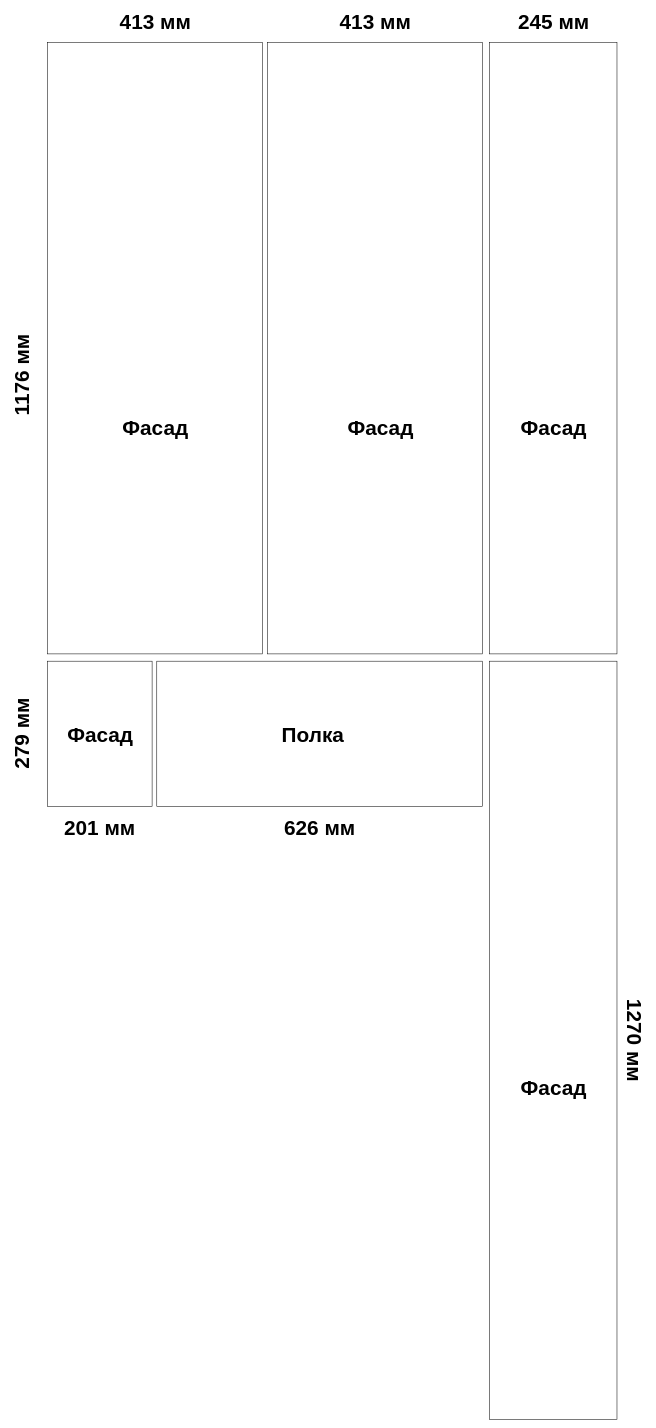
Earlier version of the draw.io diagram Untitled Diagram.drawio (NeoSimvolist/astana.test). Source tidied: cells renumbered, new cells numbered last; positions are measured from the earlier drawing's top-left corner, leaving out a move shared by most shapes. Both pictures are drawn from the tidied source at 52%, with x=0, y=0 at pixel (-5, 11).
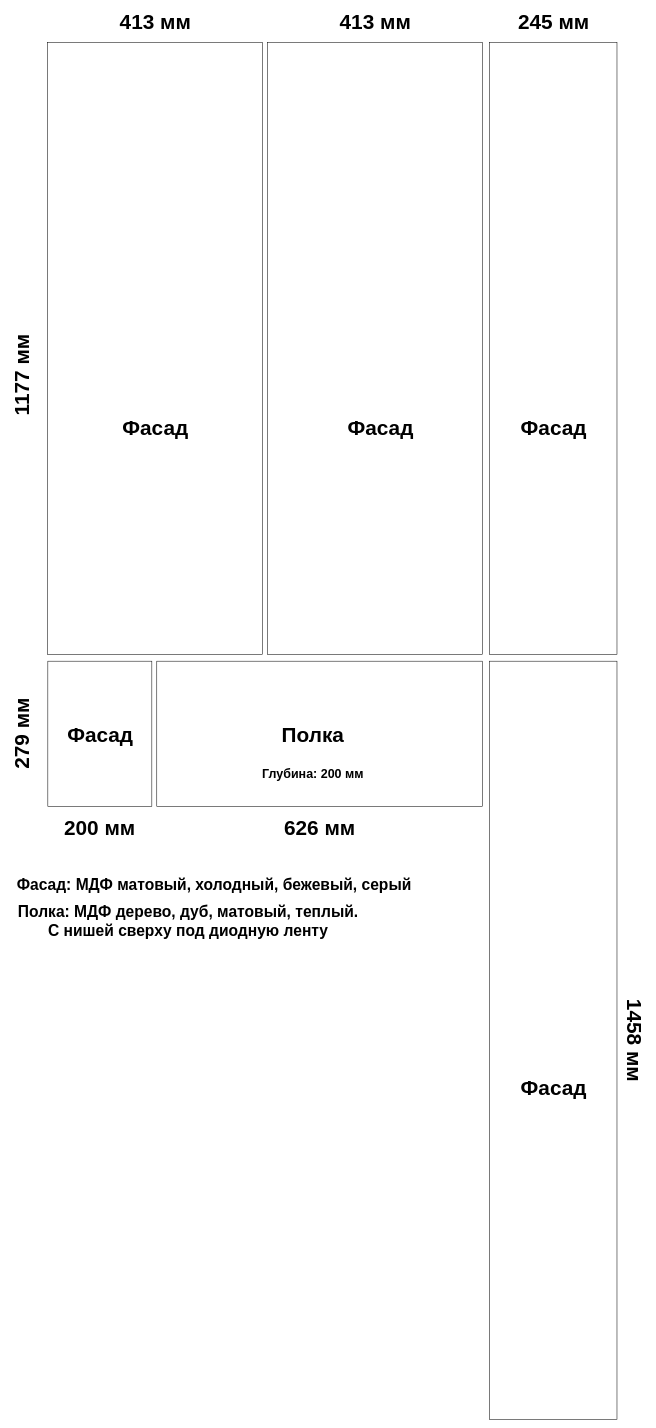
After the change.

The edit, as a diff of the source:
```diff
@@
     <mxCell id="2" style="rounded=0;whiteSpace=wrap;html=1;fillColor=#FFFFFF;" parent="1" vertex="1">
-      <mxGeometry x="100" y="60" width="413" height="1176" as="geometry" />
+      <mxGeometry x="100" y="60" width="413" height="1177" as="geometry" />
     </mxCell>
     <mxCell id="3" style="rounded=0;whiteSpace=wrap;html=1;fillColor=#FFFFFF;" parent="1" vertex="1">
-      <mxGeometry x="523" y="60" width="413" height="1176" as="geometry" />
+      <mxGeometry x="523" y="60" width="413" height="1177" as="geometry" />
     </mxCell>
@@
     <mxCell id="5" style="rounded=0;whiteSpace=wrap;html=1;fillColor=#FFFFFF;" parent="1" vertex="1">
-      <mxGeometry x="950" y="60" width="245" height="1176" as="geometry" />
+      <mxGeometry x="950" y="60" width="245" height="1177" as="geometry" />
     </mxCell>
     <mxCell id="6" style="whiteSpace=wrap;html=1;fillColor=#FFFFFF;" parent="1" vertex="1">
-      <mxGeometry x="100" y="1250" width="201" height="279" as="geometry" />
+      <mxGeometry x="100.5" y="1250" width="200" height="279" as="geometry" />
     </mxCell>
@@
-    <mxCell id="14" value="&lt;font style=&quot;font-size: 40px;&quot;&gt;1176 мм&lt;br&gt;&lt;/font&gt;" style="text;strokeColor=none;fillColor=none;html=1;fontSize=24;fontStyle=1;verticalAlign=middle;align=center;rotation=-90;" parent="1" vertex="1">
+    <mxCell id="14" value="&lt;font style=&quot;font-size: 40px;&quot;&gt;1177 мм&lt;br&gt;&lt;/font&gt;" style="text;strokeColor=none;fillColor=none;html=1;fontSize=24;fontStyle=1;verticalAlign=middle;align=center;rotation=-90;" parent="1" vertex="1">
       <mxGeometry y="680" width="100" height="40" as="geometry" />
     </mxCell>
@@
-    <mxCell id="18" value="&lt;font style=&quot;font-size: 40px;&quot;&gt;1270 мм&lt;br&gt;&lt;/font&gt;" style="text;strokeColor=none;fillColor=none;html=1;fontSize=24;fontStyle=1;verticalAlign=middle;align=center;rotation=90;" parent="1" vertex="1">
+    <mxCell id="18" value="&lt;font style=&quot;font-size: 40px;&quot;&gt;1458 мм&lt;br&gt;&lt;/font&gt;" style="text;strokeColor=none;fillColor=none;html=1;fontSize=24;fontStyle=1;verticalAlign=middle;align=center;rotation=90;" parent="1" vertex="1">
       <mxGeometry x="1180" y="1959" width="100" height="40" as="geometry" />
     </mxCell>
-    <mxCell id="19" value="&lt;font style=&quot;font-size: 40px;&quot;&gt;201 мм&lt;br&gt;&lt;/font&gt;" style="text;strokeColor=none;fillColor=none;html=1;fontSize=24;fontStyle=1;verticalAlign=middle;align=center;rotation=0;" parent="1" vertex="1">
+    <mxCell id="19" value="&lt;font style=&quot;font-size: 40px;&quot;&gt;200 мм&lt;br&gt;&lt;/font&gt;" style="text;strokeColor=none;fillColor=none;html=1;fontSize=24;fontStyle=1;verticalAlign=middle;align=center;rotation=0;" parent="1" vertex="1">
       <mxGeometry x="150" y="1550" width="100" height="40" as="geometry" />
     </mxCell>
@@
+    <mxCell id="22" value="&lt;font style=&quot;font-size: 24px;&quot;&gt;Глубина: 200 мм&lt;/font&gt;" style="text;strokeColor=none;fillColor=none;html=1;fontSize=30;fontStyle=1;verticalAlign=middle;align=center;" parent="1" vertex="1">
+      <mxGeometry x="560" y="1450" width="100" height="30" as="geometry" />
+    </mxCell>
+    <mxCell id="23" value="&lt;font style=&quot;font-size: 30px;&quot;&gt;Фасад: МДФ матовый, холодный, бежевый, серый&lt;/font&gt;" style="text;strokeColor=none;fillColor=none;html=1;fontSize=24;fontStyle=1;verticalAlign=middle;align=center;" parent="1" vertex="1">
+      <mxGeometry x="370" y="1660" width="100" height="40" as="geometry" />
+    </mxCell>
+    <mxCell id="24" value="&lt;font style=&quot;font-size: 30px;&quot;&gt;Полка: МДФ дерево, дуб, матовый, теплый. &lt;br&gt;С нишей сверху под диодную ленту&lt;/font&gt;" style="text;strokeColor=none;fillColor=none;html=1;fontSize=24;fontStyle=1;verticalAlign=middle;align=center;" parent="1" vertex="1">
+      <mxGeometry x="320" y="1730" width="100" height="40" as="geometry" />
+    </mxCell>
```
